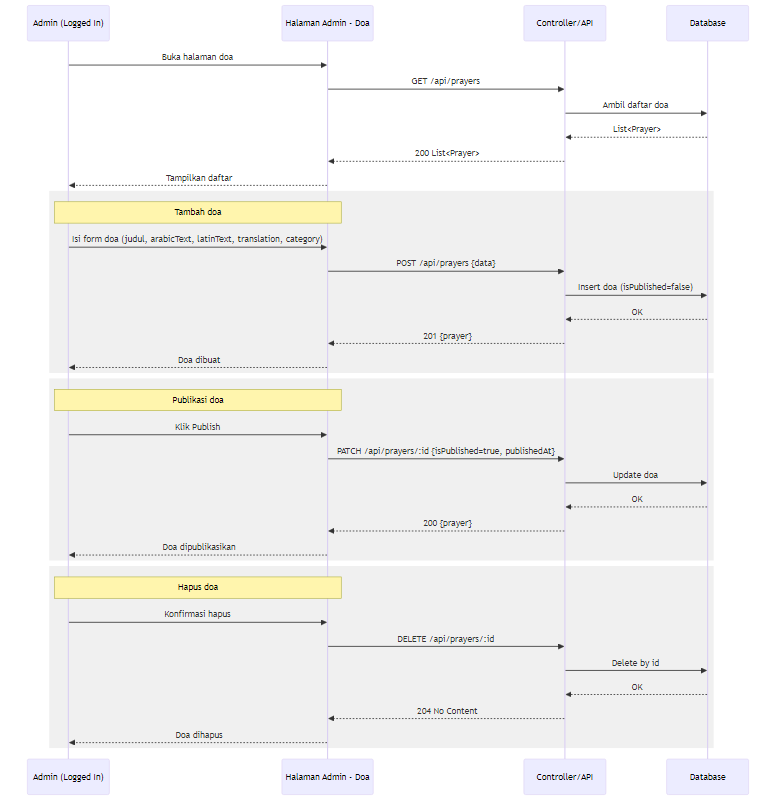
Earlier version of the Mermaid export public/diagrams/seq_manajemen_doa.png (QilAqil/PPTB_BQ). Its source is kept beside it as diagrams/seq_manajemen_doa.mmd. Its diagram source:
```mermaid
sequenceDiagram
  participant A as Admin (Logged In)
  participant UI as Halaman Admin - Doa
  participant API as Controller/API
  participant DB as Database

  A->>UI: Buka halaman doa
  UI->>API: GET /api/prayers
  API->>DB: Ambil daftar doa
  DB-->>API: List<Prayer>
  API-->>UI: 200 List<Prayer>
  UI-->>A: Tampilkan daftar

  rect rgb(240,240,240)
    note over A,UI: Tambah doa
    A->>UI: Isi form doa (judul, arabicText, latinText, translation, category)
    UI->>API: POST /api/prayers {data}
    API->>DB: Insert doa (isPublished=false)
    DB-->>API: OK
    API-->>UI: 201 {prayer}
    UI-->>A: Doa dibuat
  end

  rect rgb(240,240,240)
    note over A,UI: Publikasi doa
    A->>UI: Klik Publish
    UI->>API: PATCH /api/prayers/:id {isPublished=true, publishedAt}
    API->>DB: Update doa
    DB-->>API: OK
    API-->>UI: 200 {prayer}
    UI-->>A: Doa dipublikasikan
  end

  rect rgb(240,240,240)
    note over A,UI: Hapus doa
    A->>UI: Konfirmasi hapus
    UI->>API: DELETE /api/prayers/:id
    API->>DB: Delete by id
    DB-->>API: OK
    API-->>UI: 204 No Content
    UI-->>A: Doa dihapus
  end
```
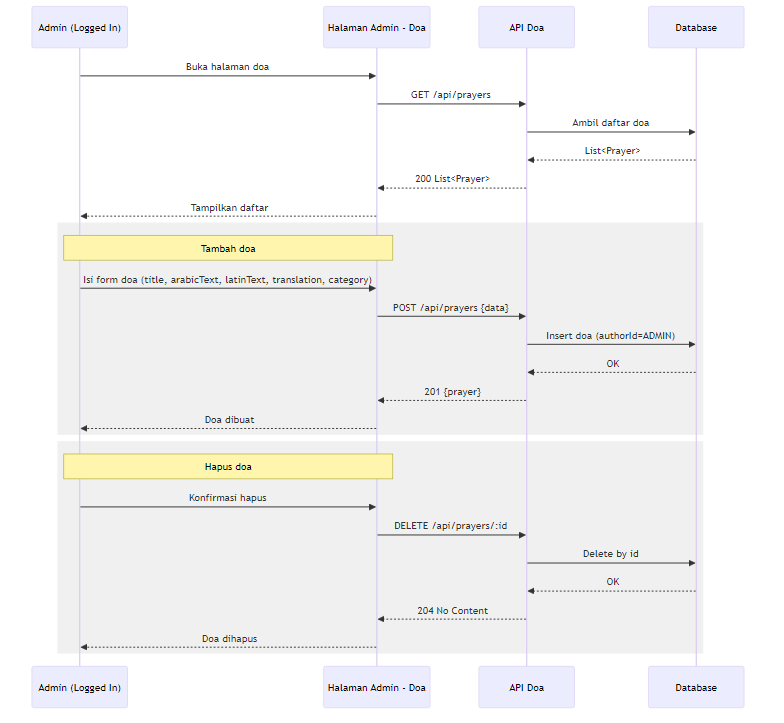
The same diagram one commit later.

What changed in the source:
```diff
@@ -1,7 +1,7 @@
 sequenceDiagram
   participant A as Admin (Logged In)
   participant UI as Halaman Admin - Doa
-  participant API as Controller/API
+  participant API as API Doa
   participant DB as Database
 
   A->>UI: Buka halaman doa
@@ -13,22 +13,12 @@
 
   rect rgb(240,240,240)
     note over A,UI: Tambah doa
-    A->>UI: Isi form doa (judul, arabicText, latinText, translation, category)
+    A->>UI: Isi form doa (title, arabicText, latinText, translation, category)
     UI->>API: POST /api/prayers {data}
-    API->>DB: Insert doa (isPublished=false)
+    API->>DB: Insert doa (authorId=ADMIN)
     DB-->>API: OK
     API-->>UI: 201 {prayer}
     UI-->>A: Doa dibuat
-  end
-
-  rect rgb(240,240,240)
-    note over A,UI: Publikasi doa
-    A->>UI: Klik Publish
-    UI->>API: PATCH /api/prayers/:id {isPublished=true, publishedAt}
-    API->>DB: Update doa
-    DB-->>API: OK
-    API-->>UI: 200 {prayer}
-    UI-->>A: Doa dipublikasikan
   end
 
   rect rgb(240,240,240)
```
